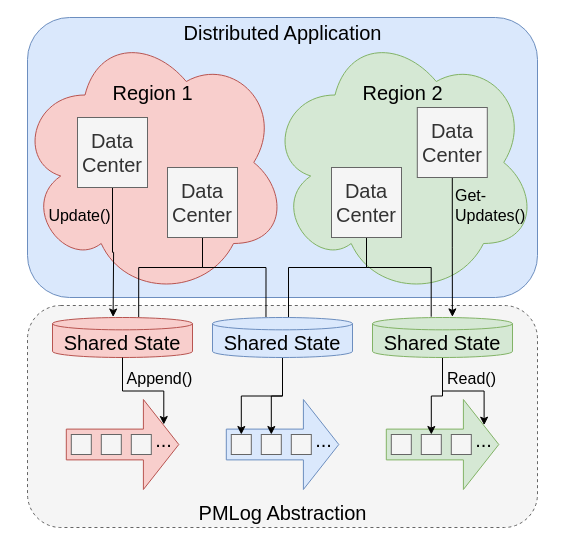
Earlier version of the draw.io diagram docs/abstraction.drawio (nathanieltornow/PMLog). Source tidied: cells renumbered, new cells numbered last; positions are measured from the earlier drawing's top-left corner, leaving out a move shared by most shapes. Both pictures are drawn from the tidied source at 100%, with x=0, y=0 at pixel (17, 17).
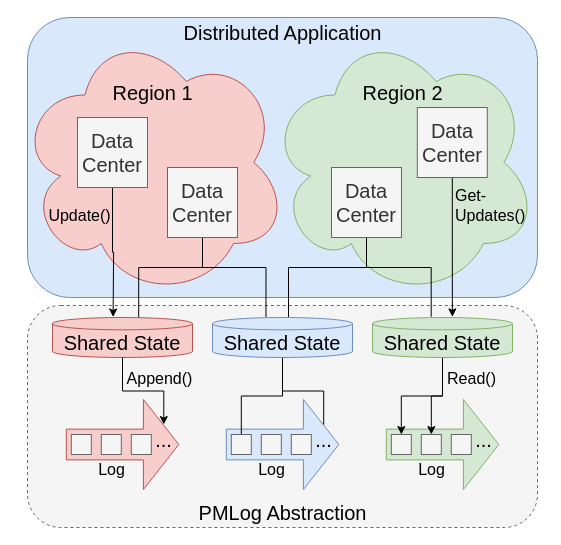
The same diagram, later.

The change refers to these unchanged cells:
```xml
<mxCell id="22" value="Shared State" style="shape=cylinder3;whiteSpace=wrap;html=1;boundedLbl=1;backgroundOutline=1;size=6.166666666666629;fontSize=20;fillColor=#dae8fc;strokeColor=#6c8ebf;" parent="1" vertex="1">
  <mxGeometry x="195" y="300" width="140" height="40" as="geometry" />
</mxCell>
<mxCell id="26" style="whiteSpace=wrap;html=1;fontSize=20;fillColor=#f5f5f5;strokeColor=#666666;fontColor=#333333;" parent="1" vertex="1">
  <mxGeometry x="213.8" y="417" width="20" height="20" as="geometry" />
</mxCell>
<mxCell id="27" style="whiteSpace=wrap;html=1;fontSize=20;fillColor=#f5f5f5;strokeColor=#666666;fontColor=#333333;" parent="1" vertex="1">
  <mxGeometry x="243.8" y="417" width="20" height="20" as="geometry" />
</mxCell>
<mxCell id="29" value="..." style="text;html=1;align=center;verticalAlign=middle;points=[];strokeColor=none;fillColor=none;fontSize=20;" parent="1" vertex="1">
  <mxGeometry x="291.2" y="407" width="30" height="30" as="geometry" />
</mxCell>
<mxCell id="33" value="Shared State" style="shape=cylinder3;whiteSpace=wrap;html=1;boundedLbl=1;backgroundOutline=1;size=6.166666666666629;fontSize=20;fillColor=#d5e8d4;strokeColor=#82b366;" parent="1" vertex="1">
  <mxGeometry x="355" y="300" width="140" height="40" as="geometry" />
</mxCell>
<mxCell id="38" style="whiteSpace=wrap;html=1;fontSize=20;fillColor=#f5f5f5;strokeColor=#666666;fontColor=#333333;" parent="1" vertex="1">
  <mxGeometry x="373.8" y="417" width="20" height="20" as="geometry" />
</mxCell>
<mxCell id="39" style="whiteSpace=wrap;html=1;fontSize=20;fillColor=#f5f5f5;strokeColor=#666666;fontColor=#333333;" parent="1" vertex="1">
  <mxGeometry x="403.8" y="417" width="20" height="20" as="geometry" />
</mxCell>
<mxCell id="41" value="..." style="text;html=1;align=center;verticalAlign=middle;points=[];strokeColor=none;fillColor=none;fontSize=20;" parent="1" vertex="1">
  <mxGeometry x="451.2" y="407" width="30" height="30" as="geometry" />
</mxCell>
```

Change to the diagram source:
```diff
@@
-    <mxCell id="20" style="edgeStyle=orthogonalEdgeStyle;rounded=0;jettySize=auto;html=1;exitX=0.5;exitY=1;exitDx=0;exitDy=0;exitPerimeter=0;entryX=0.5;entryY=0;entryDx=0;entryDy=0;fontSize=16;startArrow=none;startFill=0;endArrow=classic;endFill=1;" parent="1" edge="1" source="22" target="26">
+    <mxCell id="20" style="edgeStyle=orthogonalEdgeStyle;rounded=0;jettySize=auto;html=1;exitX=0.5;exitY=1;exitDx=0;exitDy=0;exitPerimeter=0;entryX=0.5;entryY=0;entryDx=0;entryDy=0;fontSize=16;startArrow=none;startFill=0;endArrow=none;endFill=0;" parent="1" edge="1" source="22" target="26">
       <mxGeometry relative="1" as="geometry" />
     </mxCell>
-    <mxCell id="21" style="edgeStyle=orthogonalEdgeStyle;rounded=0;jettySize=auto;html=1;exitX=0.5;exitY=1;exitDx=0;exitDy=0;exitPerimeter=0;fontSize=16;startArrow=none;startFill=0;endArrow=classic;endFill=1;" parent="1" edge="1" source="22" target="27">
+    <mxCell id="21" style="edgeStyle=orthogonalEdgeStyle;rounded=0;jettySize=auto;html=1;exitX=0.5;exitY=1;exitDx=0;exitDy=0;exitPerimeter=0;fontSize=16;startArrow=none;startFill=0;endArrow=none;endFill=0;" parent="1" edge="1" source="22" target="29">
       <mxGeometry relative="1" as="geometry" />
     </mxCell>
@@
-    <mxCell id="31" style="edgeStyle=orthogonalEdgeStyle;rounded=0;jettySize=auto;html=1;exitX=0.5;exitY=1;exitDx=0;exitDy=0;exitPerimeter=0;entryX=0.5;entryY=0;entryDx=0;entryDy=0;fontSize=16;startArrow=none;startFill=0;endArrow=classic;endFill=1;" parent="1" edge="1" source="33" target="39">
+    <mxCell id="31" style="edgeStyle=orthogonalEdgeStyle;rounded=0;jettySize=auto;html=1;exitX=0.5;exitY=1;exitDx=0;exitDy=0;exitPerimeter=0;entryX=0.5;entryY=0;entryDx=0;entryDy=0;fontSize=16;startArrow=none;startFill=0;endArrow=classic;endFill=1;" parent="1" edge="1" source="33" target="38">
       <mxGeometry relative="1" as="geometry" />
     </mxCell>
-    <mxCell id="32" style="edgeStyle=orthogonalEdgeStyle;rounded=0;jettySize=auto;html=1;exitX=0.5;exitY=1;exitDx=0;exitDy=0;exitPerimeter=0;entryX=0.514;entryY=0.022;entryDx=0;entryDy=0;entryPerimeter=0;fontSize=16;startArrow=none;startFill=0;endArrow=classic;endFill=1;" parent="1" edge="1" source="33" target="41">
+    <mxCell id="32" style="edgeStyle=orthogonalEdgeStyle;rounded=0;jettySize=auto;html=1;exitX=0.5;exitY=1;exitDx=0;exitDy=0;exitPerimeter=0;entryX=0.5;entryY=0;entryDx=0;entryDy=0;fontSize=16;startArrow=none;startFill=0;endArrow=classic;endFill=1;" parent="1" edge="1" source="33" target="39">
       <mxGeometry relative="1" as="geometry" />
     </mxCell>
@@
+    <mxCell id="47" value="Log" style="text;html=1;align=center;verticalAlign=middle;strokeColor=none;fillColor=none;fontSize=16;" parent="1" vertex="1">
+      <mxGeometry x="73.8" y="442" width="40" height="20" as="geometry" />
+    </mxCell>
+    <mxCell id="48" value="Log" style="text;html=1;align=center;verticalAlign=middle;strokeColor=none;fillColor=none;fontSize=16;" parent="1" vertex="1">
+      <mxGeometry x="233.8" y="442" width="40" height="20" as="geometry" />
+    </mxCell>
+    <mxCell id="49" value="Log" style="text;html=1;align=center;verticalAlign=middle;strokeColor=none;fillColor=none;fontSize=16;" parent="1" vertex="1">
+      <mxGeometry x="393.8" y="442" width="40" height="20" as="geometry" />
+    </mxCell>
```
